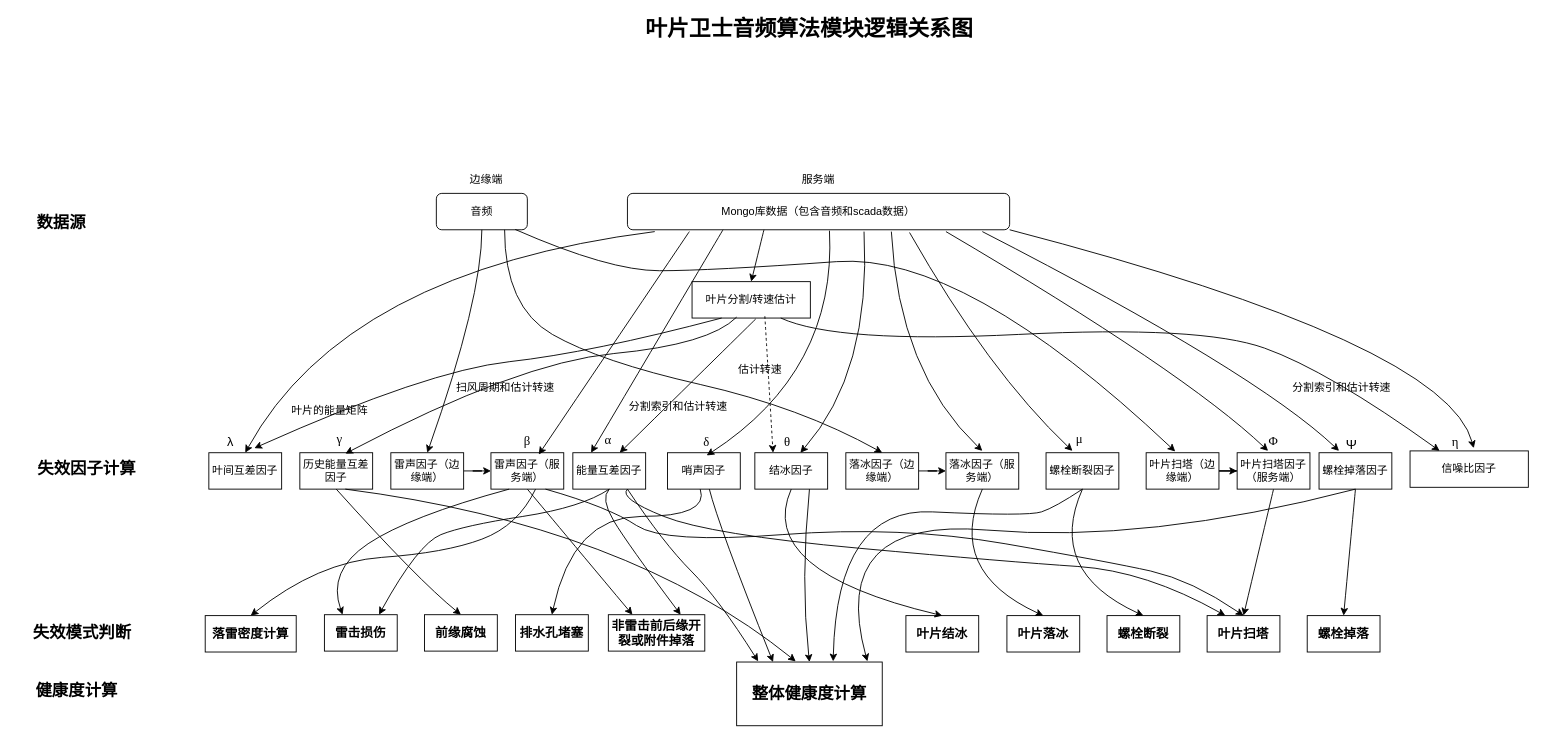
The draw.io diagram doc/Untitled Diagram.drawio in Davidlee2017/aria2, before the edit. Source tidied: cells renumbered, new cells numbered last; positions are measured from the earlier drawing's top-left corner, leaving out a move shared by most shapes. Both pictures are drawn from the tidied source at 91%, with x=0, y=0 at pixel (15, 15).
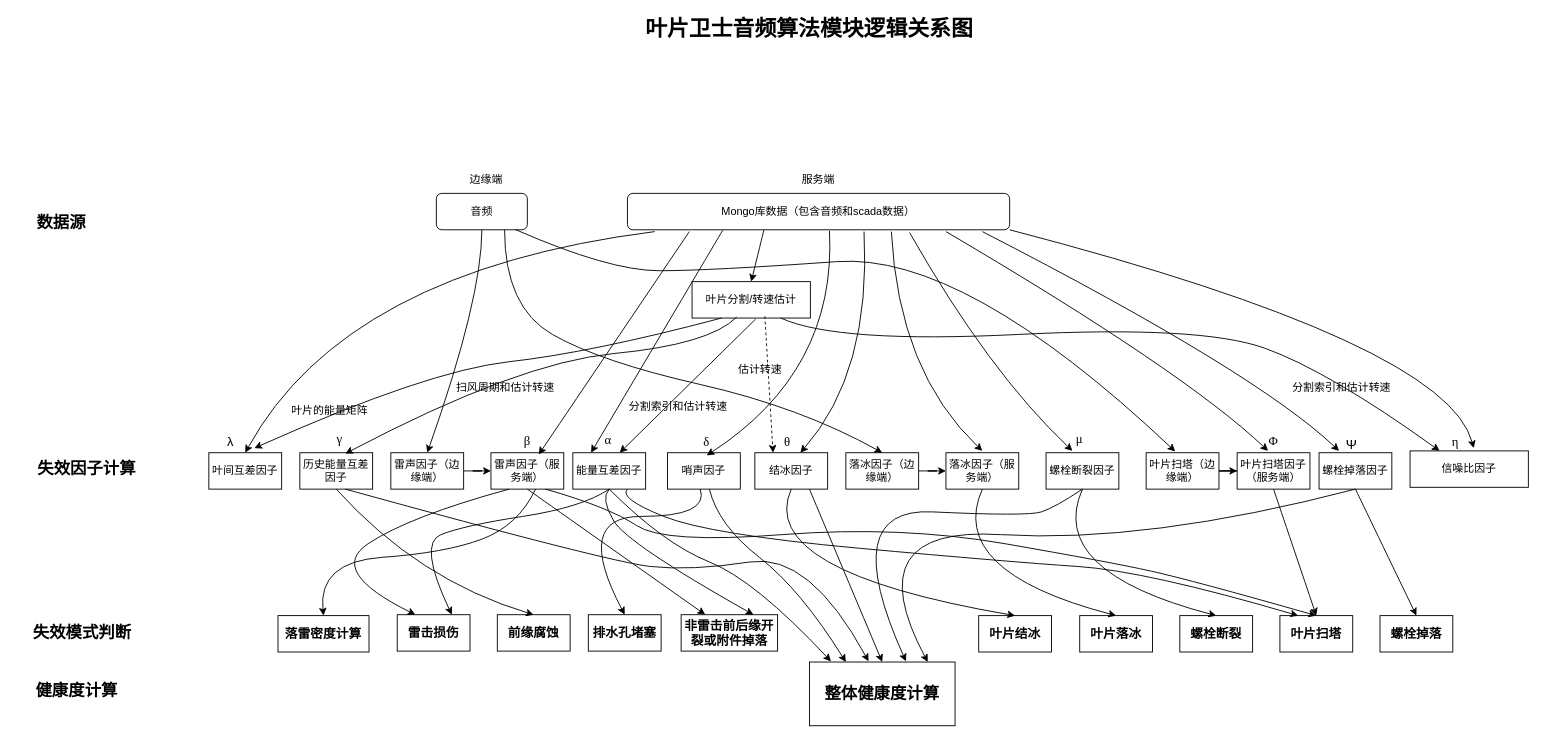
The same page after the edit.

The change refers to these unchanged cells:
```xml
<mxCell id="9" value="哨声因子" style="rounded=0;whiteSpace=wrap;html=1;" parent="1" vertex="1">
  <mxGeometry x="716" y="480" width="80" height="40" as="geometry" />
</mxCell>
<mxCell id="10" value="结冰因子" style="rounded=0;whiteSpace=wrap;html=1;" parent="1" vertex="1">
  <mxGeometry x="812" y="480" width="80" height="40" as="geometry" />
</mxCell>
<mxCell id="15" value="螺栓掉落因子" style="rounded=0;whiteSpace=wrap;html=1;" parent="1" vertex="1">
  <mxGeometry x="1432" y="480" width="80" height="40" as="geometry" />
</mxCell>
```

What changed in the source:
```diff
@@
     <mxCell id="18" value="&lt;b&gt;&lt;span style=&quot;font-size: 10.5pt&quot;&gt;雷击损伤&lt;/span&gt;&lt;/b&gt;" style="rounded=0;whiteSpace=wrap;html=1;" parent="1" vertex="1">
-      <mxGeometry x="339" y="658" width="80" height="40" as="geometry" />
+      <mxGeometry x="419" y="658" width="80" height="40" as="geometry" />
     </mxCell>
     <mxCell id="19" value="&lt;b&gt;&lt;span style=&quot;font-size: 10.5pt&quot;&gt;排水孔堵塞&lt;/span&gt;&lt;/b&gt;" style="rounded=0;whiteSpace=wrap;html=1;" parent="1" vertex="1">
-      <mxGeometry x="549" y="658" width="80" height="40" as="geometry" />
+      <mxGeometry x="629" y="658" width="80" height="40" as="geometry" />
     </mxCell>
     <mxCell id="20" value="&lt;b&gt;&lt;span style=&quot;font-size: 10.5pt&quot;&gt;非雷击前后缘开裂或附件掉落&lt;/span&gt;&lt;/b&gt;" style="rounded=0;whiteSpace=wrap;html=1;" parent="1" vertex="1">
-      <mxGeometry x="651" y="658" width="106" height="40" as="geometry" />
+      <mxGeometry x="731" y="658" width="106" height="40" as="geometry" />
     </mxCell>
     <mxCell id="21" value="&lt;b&gt;&lt;span style=&quot;font-size: 10.5pt&quot;&gt;螺栓断裂&lt;/span&gt;&lt;/b&gt;" style="rounded=0;whiteSpace=wrap;html=1;" parent="1" vertex="1">
-      <mxGeometry x="1199" y="659" width="80" height="40" as="geometry" />
+      <mxGeometry x="1279" y="659" width="80" height="40" as="geometry" />
     </mxCell>
     <mxCell id="22" value="&lt;b&gt;&lt;span style=&quot;font-size: 10.5pt&quot;&gt;叶片结冰&lt;/span&gt;&lt;/b&gt;" style="rounded=0;whiteSpace=wrap;html=1;" parent="1" vertex="1">
-      <mxGeometry x="978" y="659" width="80" height="40" as="geometry" />
+      <mxGeometry x="1058" y="659" width="80" height="40" as="geometry" />
     </mxCell>
     <mxCell id="23" value="&lt;b&gt;&lt;span style=&quot;font-size: 10.5pt&quot;&gt;叶片扫塔&lt;/span&gt;&lt;/b&gt;" style="rounded=0;whiteSpace=wrap;html=1;" parent="1" vertex="1">
-      <mxGeometry x="1309" y="659" width="80" height="40" as="geometry" />
+      <mxGeometry x="1389" y="659" width="80" height="40" as="geometry" />
     </mxCell>
     <mxCell id="24" value="&lt;b&gt;&lt;span style=&quot;font-size: 10.5pt&quot;&gt;前缘腐蚀&lt;/span&gt;&lt;/b&gt;" style="rounded=0;whiteSpace=wrap;html=1;" parent="1" vertex="1">
-      <mxGeometry x="449" y="658" width="80" height="40" as="geometry" />
+      <mxGeometry x="529" y="658" width="80" height="40" as="geometry" />
     </mxCell>
     <mxCell id="25" value="&lt;b&gt;&lt;span style=&quot;font-size: 10.5pt&quot;&gt;螺栓掉落&lt;/span&gt;&lt;/b&gt;" style="rounded=0;whiteSpace=wrap;html=1;" parent="1" vertex="1">
-      <mxGeometry x="1419" y="659" width="80" height="40" as="geometry" />
+      <mxGeometry x="1499" y="659" width="80" height="40" as="geometry" />
     </mxCell>
     <mxCell id="26" value="&lt;font style=&quot;font-size: 18px&quot;&gt;&lt;b&gt;整体健康度计算&lt;/b&gt;&lt;/font&gt;" style="rounded=0;whiteSpace=wrap;html=1;" parent="1" vertex="1">
-      <mxGeometry x="792" y="710" width="160" height="70" as="geometry" />
+      <mxGeometry x="872" y="710" width="160" height="70" as="geometry" />
     </mxCell>
     <mxCell id="27" value="&lt;font style=&quot;font-size: 14px&quot;&gt;&lt;b&gt;落雷密度计算&lt;/b&gt;&lt;/font&gt;" style="rounded=0;whiteSpace=wrap;html=1;" parent="1" vertex="1">
-      <mxGeometry x="208" y="659" width="100" height="40" as="geometry" />
+      <mxGeometry x="288" y="659" width="100" height="40" as="geometry" />
     </mxCell>
@@
     <mxCell id="46" value="&lt;b&gt;&lt;span style=&quot;font-size: 10.5pt&quot;&gt;叶片落冰&lt;/span&gt;&lt;/b&gt;" style="rounded=0;whiteSpace=wrap;html=1;" parent="1" vertex="1">
-      <mxGeometry x="1089" y="659" width="80" height="40" as="geometry" />
+      <mxGeometry x="1169" y="659" width="80" height="40" as="geometry" />
     </mxCell>
@@
-    <mxCell id="62" style="curved=1;endArrow=classic;html=1;rounded=0;fontSize=14;exitX=0.5;exitY=1;exitDx=0;exitDy=0;entryX=0.898;entryY=-0.01;entryDx=0;entryDy=0;entryPerimeter=0;" parent="1" edge="1" source="15" target="26">
+    <mxCell id="62" style="curved=1;endArrow=classic;html=1;rounded=0;fontSize=14;exitX=0.5;exitY=1;exitDx=0;exitDy=0;" parent="1" edge="1" source="15">
       <mxGeometry relative="1" as="geometry">
+        <mxPoint x="1002" y="710" as="targetPoint" />
         <Array as="points">
           <mxPoint x="1242" y="580" />
-          <mxPoint x="892" y="550" />
+          <mxPoint x="922" y="560" />
         </Array>
       </mxGeometry>
     </mxCell>
     <mxCell id="63" style="curved=1;endArrow=classic;html=1;rounded=0;entryX=0.5;entryY=0;entryDx=0;entryDy=0;exitX=0.75;exitY=1;exitDx=0;exitDy=0;" parent="1" edge="1" source="10" target="26">
-      <mxGeometry relative="1" as="geometry">
-        <Array as="points">
-          <mxPoint x="862" y="620" />
-        </Array>
-      </mxGeometry>
+      <mxGeometry relative="1" as="geometry" />
     </mxCell>
     <mxCell id="64" style="curved=1;endArrow=classic;html=1;rounded=0;entryX=0.148;entryY=-0.01;entryDx=0;entryDy=0;entryPerimeter=0;" parent="1" edge="1" target="26">
       <mxGeometry relative="1" as="geometry">
-        <mxPoint x="672" y="520" as="sourcePoint" />
+        <mxPoint x="652" y="520" as="sourcePoint" />
         <Array as="points">
           <mxPoint x="712" y="580" />
-          <mxPoint x="772" y="640" />
+          <mxPoint x="812" y="620" />
         </Array>
       </mxGeometry>
     </mxCell>
     <mxCell id="65" style="curved=1;endArrow=classic;html=1;rounded=0;entryX=0.406;entryY=-0.01;entryDx=0;entryDy=0;entryPerimeter=0;" parent="1" edge="1" target="26">
       <mxGeometry relative="1" as="geometry">
         <mxPoint x="362" y="520" as="sourcePoint" />
         <Array as="points">
-          <mxPoint x="672" y="560" />
+          <mxPoint x="652" y="600" />
+          <mxPoint x="742" y="610" />
+          <mxPoint x="872" y="590" />
         </Array>
       </mxGeometry>
     </mxCell>
     <mxCell id="66" style="curved=1;endArrow=classic;html=1;rounded=0;entryX=0.25;entryY=0;entryDx=0;entryDy=0;exitX=0.575;exitY=1;exitDx=0;exitDy=0;exitPerimeter=0;" parent="1" edge="1" source="9" target="26">
       <mxGeometry relative="1" as="geometry">
         <Array as="points">
           <mxPoint x="772" y="560" />
+          <mxPoint x="862" y="630" />
         </Array>
       </mxGeometry>
     </mxCell>
```
